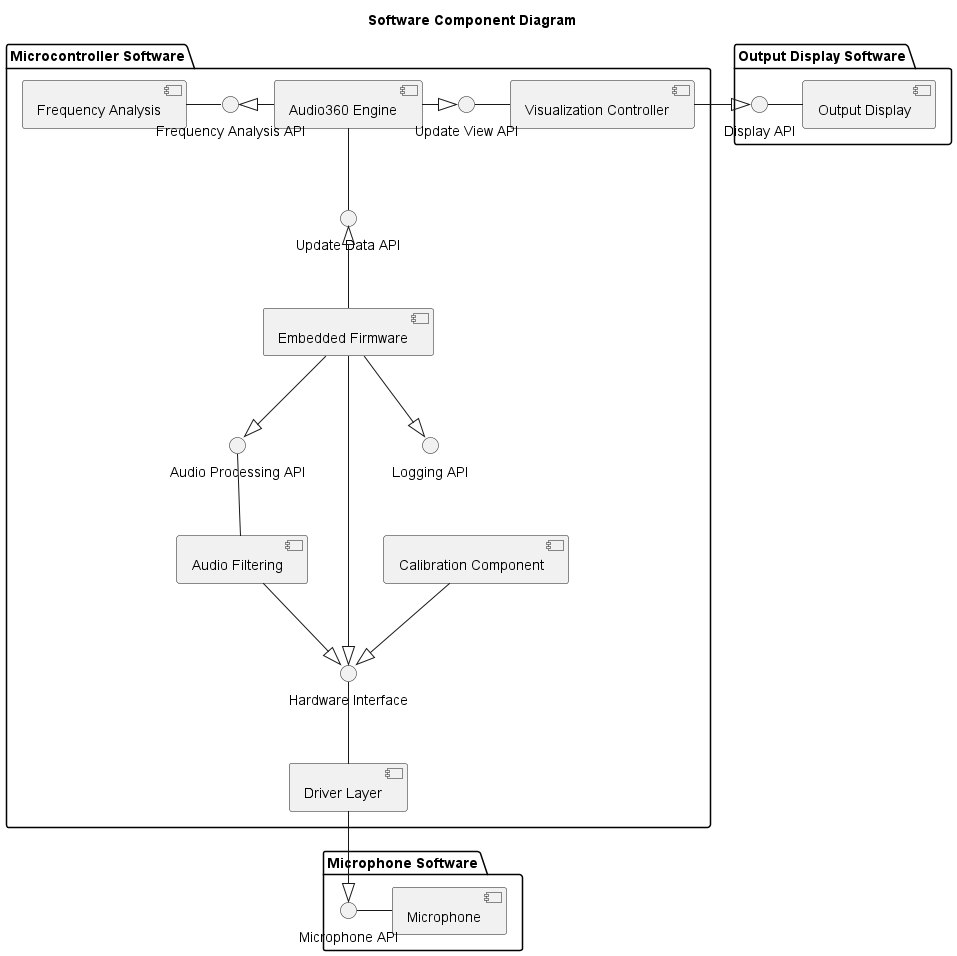
Before: docs/SRS/diagrams/s1_component_diagram.png, a diagram exported from PlantUML (Team6-SixSense/audio360).
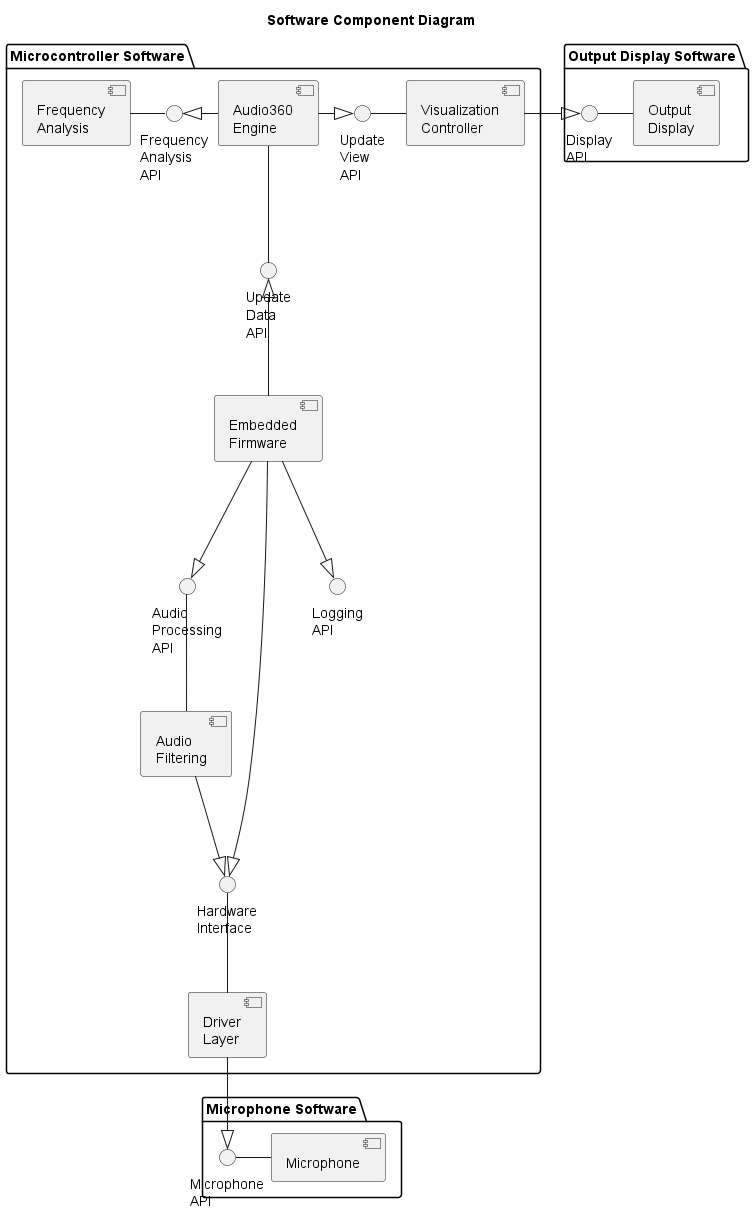
After the change.

The edit, as a diff of the source:
```diff
@@ -1,4 +1,8 @@
 @startuml software_component_diagram
+
+top to bottom direction
+skinparam wrapWidth 50
+
 title Software Component Diagram
 
 package "Microphone Software" {
@@ -21,7 +25,6 @@
     component "Embedded Firmware" as Firmware
     component "Driver Layer" as Drivers
     component "Audio Filtering" as AudioFiltering
-    component "Calibration Component" as Calibration
     component "Audio360 Engine" as Engine
     component "Frequency Analysis" as FreqAnalysis
     component "Visualization Controller" as VizController
@@ -36,7 +39,6 @@
     Drivers -up- HardwareInterface
     Firmware --|> HardwareInterface
     AudioFiltering --|> HardwareInterface
-    Calibration --|> HardwareInterface
 
     AudioFiltering -up- AudioProcessAPI
     Firmware -down-|> AudioProcessAPI
```
